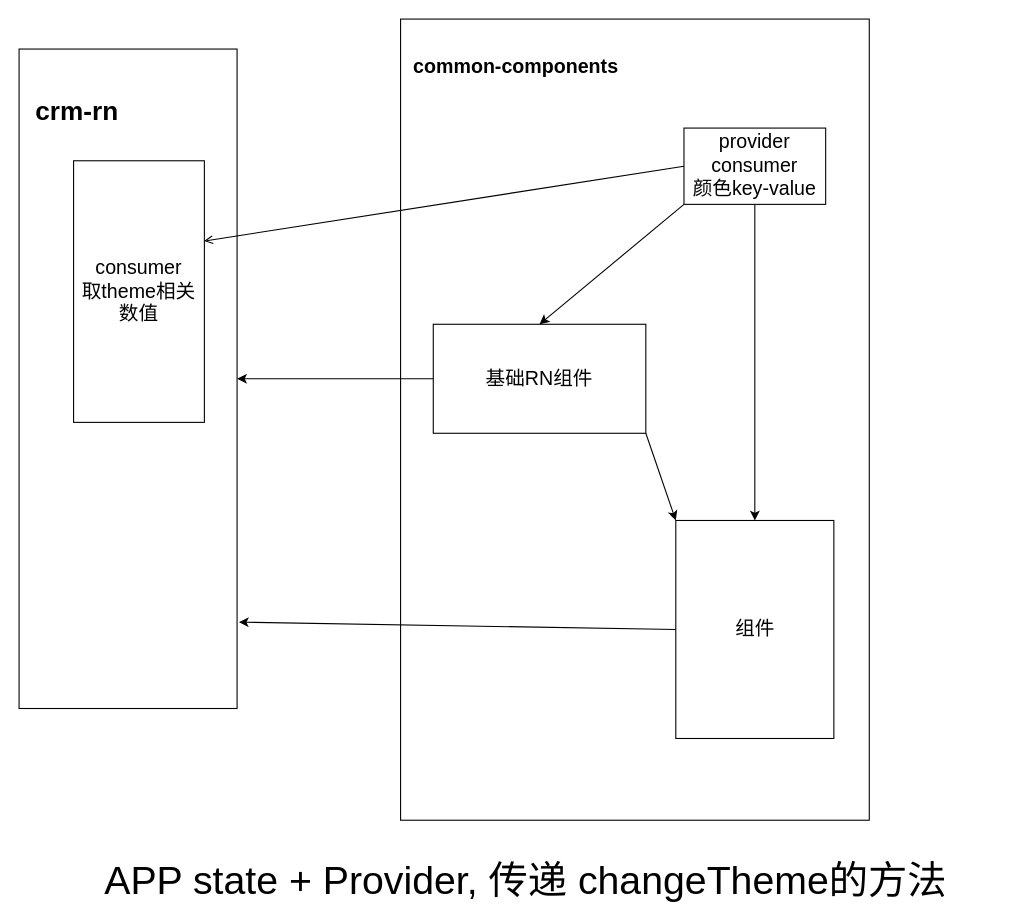
Before: main/chart/common.drawio in 2333Ge/Personal, a draw.io diagram. Source tidied: cells renumbered, new cells numbered last; positions are measured from the earlier drawing's top-left corner, leaving out a move shared by most shapes. Both pictures are drawn from the tidied source at 109%, with x=0, y=0 at pixel (19, 19).
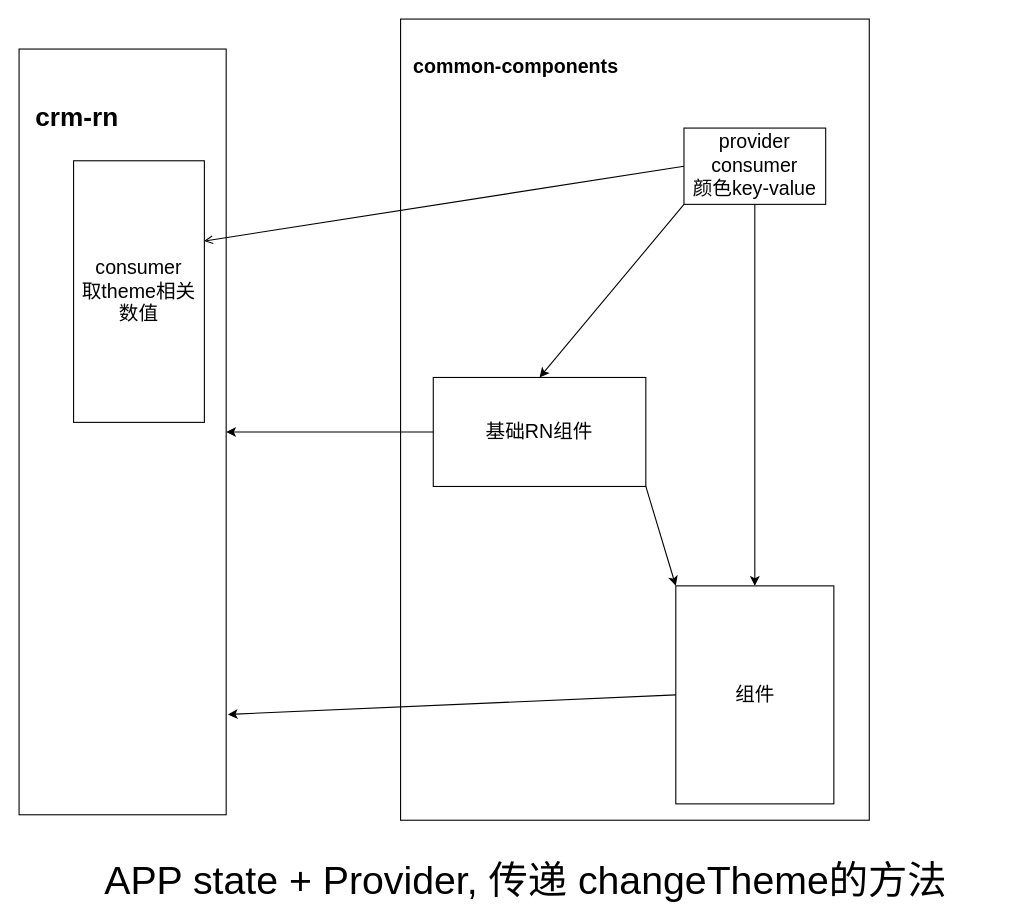
After the change.

Diff of the diagram source:
```diff
@@
 <mxGraphModel>
   <root>
     <mxCell id="0" />
     <mxCell id="1" parent="0" />
     <mxCell id="2" value="&lt;b style=&quot;font-size: 18px&quot;&gt;&amp;nbsp; common-components&lt;br&gt;&lt;br&gt;&lt;br&gt;&lt;br&gt;&lt;br&gt;&lt;br&gt;&lt;br&gt;&lt;br&gt;&lt;br&gt;&lt;br&gt;&lt;br&gt;&lt;br&gt;&lt;br&gt;&lt;br&gt;&lt;br&gt;&lt;br&gt;&lt;br&gt;&lt;br&gt;&lt;br&gt;&lt;br&gt;&lt;br&gt;&lt;br&gt;&lt;br&gt;&lt;br&gt;&lt;br&gt;&lt;br&gt;&lt;br&gt;&lt;br&gt;&lt;br&gt;&lt;br&gt;&lt;br&gt;&lt;/b&gt;" style="rounded=0;whiteSpace=wrap;html=1;align=left;" parent="1" vertex="1">
       <mxGeometry x="350" width="430" height="735" as="geometry" />
     </mxCell>
     <mxCell id="3" style="rounded=0;jettySize=auto;html=1;exitX=0;exitY=1;exitDx=0;exitDy=0;entryX=0.5;entryY=0;entryDx=0;entryDy=0;" parent="1" edge="1" source="4" target="12">
       <mxGeometry relative="1" as="geometry" />
     </mxCell>
     <mxCell id="4" value="&lt;font style=&quot;font-size: 18px&quot;&gt;&lt;span&gt;provider&lt;/span&gt;&lt;br&gt;&lt;span&gt;consumer&lt;br&gt;&lt;/span&gt;颜色key-value&lt;/font&gt;&lt;span&gt;&lt;br&gt;&lt;/span&gt;" style="rounded=0;whiteSpace=wrap;html=1;" parent="1" vertex="1">
       <mxGeometry x="610" y="100" width="130" height="70" as="geometry" />
     </mxCell>
-    <mxCell id="5" value="&lt;font style=&quot;font-size: 24px&quot;&gt;&lt;b&gt;&amp;nbsp; crm-rn&lt;br&gt;&lt;br&gt;&lt;br&gt;&lt;br&gt;&lt;br&gt;&lt;br&gt;&lt;br&gt;&lt;br&gt;&lt;br&gt;&lt;br&gt;&lt;br&gt;&lt;br&gt;&lt;br&gt;&lt;br&gt;&lt;br&gt;&lt;br&gt;&lt;br&gt;&lt;br&gt;&lt;/b&gt;&lt;/font&gt;" style="rounded=0;whiteSpace=wrap;html=1;align=left;" parent="1" vertex="1">
-      <mxGeometry y="27.5" width="200" height="605" as="geometry" />
+    <mxCell id="5" value="&lt;font style=&quot;font-size: 24px&quot;&gt;&lt;b&gt;&amp;nbsp; crm-rn&lt;br&gt;&lt;br&gt;&lt;br&gt;&lt;br&gt;&lt;br&gt;&lt;br&gt;&lt;br&gt;&lt;br&gt;&lt;br&gt;&lt;br&gt;&lt;br&gt;&lt;br&gt;&lt;br&gt;&lt;br&gt;&lt;br&gt;&lt;br&gt;&lt;br&gt;&lt;br&gt;&lt;br&gt;&lt;br&gt;&lt;br&gt;&lt;/b&gt;&lt;/font&gt;" style="rounded=0;whiteSpace=wrap;html=1;align=left;" parent="1" vertex="1">
+      <mxGeometry y="27.5" width="190" height="702.5" as="geometry" />
     </mxCell>
     <mxCell id="6" value="&lt;font style=&quot;font-size: 18px&quot;&gt;组件&lt;/font&gt;" style="rounded=0;whiteSpace=wrap;html=1;" parent="1" vertex="1">
-      <mxGeometry x="602.5" y="460" width="145" height="200" as="geometry" />
+      <mxGeometry x="602.5" y="520" width="145" height="200" as="geometry" />
     </mxCell>
     <mxCell id="7" style="endArrow=open;html=1;exitX=0;exitY=0.5;exitDx=0;exitDy=0;startArrow=none;startFill=0;endFill=0;entryX=0.997;entryY=0.307;entryDx=0;entryDy=0;entryPerimeter=0;" parent="1" edge="1" source="4" target="9">
       <mxGeometry relative="1" as="geometry" />
     </mxCell>
     <mxCell id="8" style="endArrow=classic;html=1;entryX=0.5;entryY=0;entryDx=0;entryDy=0;exitX=0.5;exitY=1;exitDx=0;exitDy=0;" parent="1" edge="1" source="4" target="6">
       <mxGeometry relative="1" as="geometry" />
     </mxCell>
     <mxCell id="9" value="&lt;font style=&quot;font-size: 18px&quot;&gt;&lt;span&gt;consumer&lt;/span&gt;&lt;br&gt;&lt;span&gt;取theme相关数值&lt;/span&gt;&lt;/font&gt;" style="rounded=0;whiteSpace=wrap;html=1;" parent="1" vertex="1">
       <mxGeometry x="50" y="130" width="120" height="240" as="geometry" />
     </mxCell>
     <mxCell id="10" style="edgeStyle=orthogonalEdgeStyle;rounded=0;jettySize=auto;html=1;exitX=0;exitY=0.5;exitDx=0;exitDy=0;" parent="1" edge="1" source="12" target="5">
       <mxGeometry relative="1" as="geometry" />
     </mxCell>
     <mxCell id="11" style="rounded=0;jettySize=auto;html=1;exitX=1;exitY=1;exitDx=0;exitDy=0;entryX=0;entryY=0;entryDx=0;entryDy=0;" parent="1" edge="1" source="12" target="6">
       <mxGeometry relative="1" as="geometry" />
     </mxCell>
     <mxCell id="12" value="&lt;font style=&quot;font-size: 18px&quot;&gt;基础RN组件&lt;/font&gt;" style="rounded=0;whiteSpace=wrap;html=1;fillColor=none;gradientColor=none;" parent="1" vertex="1">
-      <mxGeometry x="380" y="280" width="195" height="100" as="geometry" />
+      <mxGeometry x="380" y="328.8" width="195" height="100" as="geometry" />
     </mxCell>
     <mxCell id="13" style="endArrow=classic;html=1;exitX=0;exitY=0.5;exitDx=0;exitDy=0;entryX=1.008;entryY=0.869;entryDx=0;entryDy=0;entryPerimeter=0;" parent="1" edge="1" source="6" target="5">
       <mxGeometry relative="1" as="geometry" />
     </mxCell>
     <mxCell id="14" value="&lt;font style=&quot;font-size: 36px&quot;&gt;APP state + Provider, 传递 changeTheme的方法&lt;/font&gt;" style="text;html=1;strokeColor=none;fillColor=none;align=center;verticalAlign=middle;whiteSpace=wrap;rounded=0;" parent="1" vertex="1">
       <mxGeometry x="30" y="780" width="870" height="20" as="geometry" />
     </mxCell>
   </root>
 </mxGraphModel>
```
